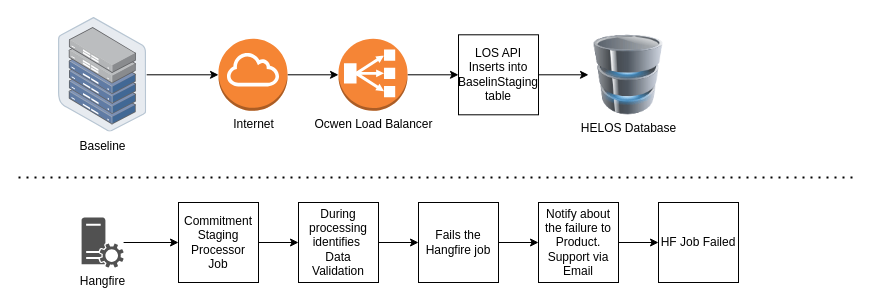
lhesnadeemshaikh/los keeps this draw.io diagram as page "LO-28692" (6 of 6) of Untitled Diagram.drawio. Above is the earlier version. Source tidied: cells renumbered, new cells numbered last; positions are measured from the earlier drawing's top-left corner, leaving out a move shared by most shapes. Both pictures are drawn from the tidied source at 100%, with x=0, y=0 at pixel (18, 17).
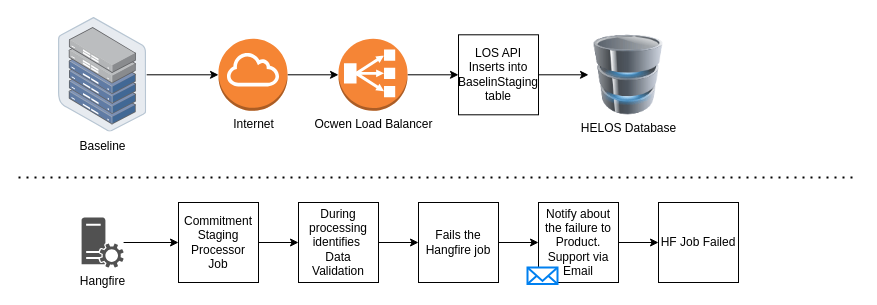
Above is the later version.

Change to the diagram source:
```diff
@@
+    <mxCell id="22" value="HF Job Failed" style="whiteSpace=wrap;html=1;" parent="1" vertex="1">
+      <mxGeometry x="640" y="185" width="80" height="80" as="geometry" />
+    </mxCell>
+    <mxCell id="23" style="group;" parent="1" vertex="1">
+      <mxGeometry x="509" y="185" width="91" height="81.5" as="geometry" />
+    </mxCell>
-    <mxCell id="21" value="Notify about the failure to Product.&lt;br&gt;Support via Email" style="whiteSpace=wrap;html=1;" parent="1" vertex="1">
-      <mxGeometry x="520" y="185" width="80" height="80" as="geometry" />
+    <mxCell id="21" value="Notify about the failure to Product.&lt;br&gt;Support via Email" style="whiteSpace=wrap;html=1;" parent="23" vertex="1">
+      <mxGeometry x="11" width="80" height="80" as="geometry" />
     </mxCell>
-    <mxCell id="22" value="HF Job Failed" style="whiteSpace=wrap;html=1;" parent="1" vertex="1">
-      <mxGeometry x="640" y="185" width="80" height="80" as="geometry" />
-    </mxCell>
+    <mxCell id="24" style="html=1;verticalLabelPosition=bottom;align=center;labelBackgroundColor=#ffffff;verticalAlign=top;strokeWidth=2;strokeColor=#0080F0;shadow=0;dashed=0;shape=mxgraph.ios7.icons.mail;" parent="23" vertex="1">
+      <mxGeometry y="65" width="30" height="16.5" as="geometry" />
+    </mxCell>
```
